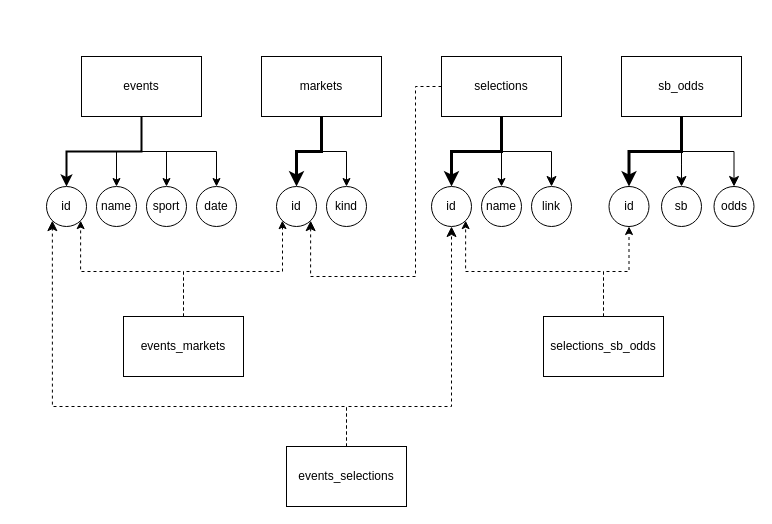
loemra/live_odds_scraper keeps this draw.io diagram as db2/Untitled Diagram.drawio. Above is the earlier version. Source tidied: cells renumbered, new cells numbered last; positions are measured from the earlier drawing's top-left corner, leaving out a move shared by most shapes. Both pictures are drawn from the tidied source at 100%, with x=0, y=0 at pixel (46, 56).
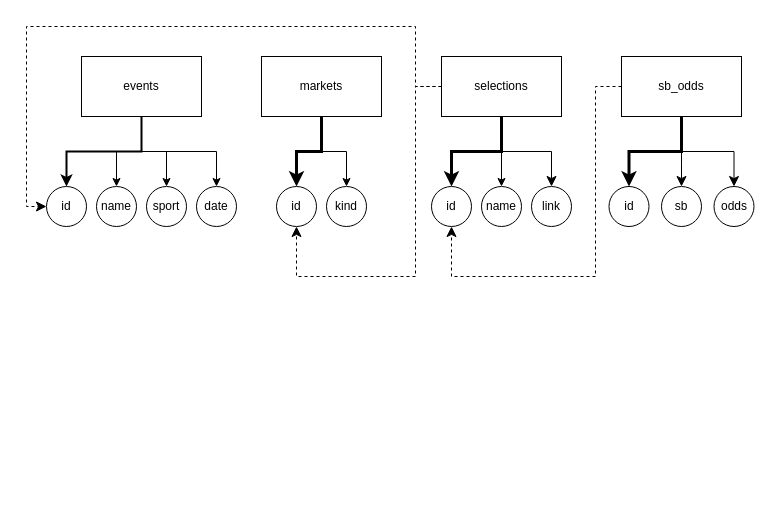
The same diagram, later.

The change refers to these unchanged cells:
```xml
<mxCell id="7" value="&lt;div&gt;id&lt;/div&gt;" style="ellipse;whiteSpace=wrap;html=1;rounded=0;" parent="1" vertex="1">
  <mxGeometry y="130" width="40" height="40" as="geometry" />
</mxCell>
<mxCell id="14" value="id" style="ellipse;whiteSpace=wrap;html=1;rounded=0;" parent="1" vertex="1">
  <mxGeometry x="230" y="130" width="40" height="40" as="geometry" />
</mxCell>
<mxCell id="20" value="&lt;div&gt;selections&lt;/div&gt;" style="rounded=0;whiteSpace=wrap;html=1;" parent="1" vertex="1">
  <mxGeometry x="395" width="120" height="60" as="geometry" />
</mxCell>
<mxCell id="21" value="id" style="ellipse;whiteSpace=wrap;html=1;rounded=0;" parent="1" vertex="1">
  <mxGeometry x="385" y="130" width="40" height="40" as="geometry" />
</mxCell>
<mxCell id="26" value="sb_odds" style="rounded=0;whiteSpace=wrap;html=1;" parent="1" vertex="1">
  <mxGeometry x="575" width="120" height="60" as="geometry" />
</mxCell>
<mxCell id="27" value="id" style="ellipse;whiteSpace=wrap;html=1;rounded=0;" parent="1" vertex="1">
  <mxGeometry x="562.5" y="130" width="40" height="40" as="geometry" />
</mxCell>
```

Change to the diagram source:
```diff
@@
-    <mxCell id="19" style="edgeStyle=orthogonalEdgeStyle;rounded=0;jettySize=auto;html=1;exitX=0;exitY=0.5;exitDx=0;exitDy=0;entryX=1;entryY=1;entryDx=0;entryDy=0;fontSize=12;startSize=8;endSize=8;dashed=1;strokeColor=default;" parent="1" edge="1" source="20" target="14">
+    <mxCell id="19" style="edgeStyle=orthogonalEdgeStyle;rounded=0;jettySize=auto;html=1;exitX=0;exitY=0.5;exitDx=0;exitDy=0;entryX=0.5;entryY=1;entryDx=0;entryDy=0;fontSize=12;startSize=8;endSize=8;dashed=1;strokeColor=default;" parent="1" edge="1" source="20" target="14">
       <mxGeometry relative="1" as="geometry">
         <Array as="points">
           <mxPoint x="369" y="30" />
           <mxPoint x="369" y="220" />
-          <mxPoint x="264" y="220" />
+          <mxPoint x="250" y="220" />
         </Array>
       </mxGeometry>
     </mxCell>
+    <mxCell id="40" style="edgeStyle=orthogonalEdgeStyle;rounded=0;jettySize=auto;html=1;exitX=0;exitY=0.5;exitDx=0;exitDy=0;entryX=0;entryY=0.5;entryDx=0;entryDy=0;fontSize=12;startSize=8;endSize=8;dashed=1;" parent="1" edge="1" source="20" target="7">
+      <mxGeometry relative="1" as="geometry">
+        <Array as="points">
+          <mxPoint x="369" y="30" />
+          <mxPoint x="369" y="-30" />
+          <mxPoint x="-20" y="-30" />
+          <mxPoint x="-20" y="150" />
+        </Array>
+      </mxGeometry>
+    </mxCell>
@@
+    <mxCell id="41" style="edgeStyle=orthogonalEdgeStyle;rounded=0;jettySize=auto;html=1;exitX=0;exitY=0.5;exitDx=0;exitDy=0;entryX=0.5;entryY=1;entryDx=0;entryDy=0;fontSize=12;startSize=8;endSize=8;dashed=1;" parent="1" edge="1" source="26" target="21">
+      <mxGeometry relative="1" as="geometry">
+        <Array as="points">
+          <mxPoint x="549" y="30" />
+          <mxPoint x="549" y="220" />
+          <mxPoint x="405" y="220" />
+        </Array>
+      </mxGeometry>
+    </mxCell>
@@
-    <mxCell id="29" style="edgeStyle=orthogonalEdgeStyle;rounded=0;jettySize=auto;html=1;exitX=0.5;exitY=0;exitDx=0;exitDy=0;entryX=1;entryY=1;entryDx=0;entryDy=0;dashed=1;" parent="1" edge="1" source="31" target="7">
-      <mxGeometry relative="1" as="geometry" />
-    </mxCell>
-    <mxCell id="30" style="edgeStyle=orthogonalEdgeStyle;rounded=0;jettySize=auto;html=1;exitX=0.5;exitY=0;exitDx=0;exitDy=0;entryX=0;entryY=1;entryDx=0;entryDy=0;dashed=1;" parent="1" edge="1" source="31" target="14">
-      <mxGeometry relative="1" as="geometry">
-        <Array as="points">
-          <mxPoint x="137" y="215" />
-          <mxPoint x="236" y="215" />
-          <mxPoint x="236" y="170" />
-        </Array>
-      </mxGeometry>
-    </mxCell>
-    <mxCell id="31" value="events_markets" style="rounded=0;whiteSpace=wrap;html=1;" parent="1" vertex="1">
-      <mxGeometry x="77" y="260" width="120" height="60" as="geometry" />
-    </mxCell>
-    <mxCell id="32" style="edgeStyle=orthogonalEdgeStyle;rounded=0;jettySize=auto;html=1;exitX=0.5;exitY=0;exitDx=0;exitDy=0;entryX=1;entryY=1;entryDx=0;entryDy=0;dashed=1;" parent="1" edge="1" source="34" target="21">
-      <mxGeometry relative="1" as="geometry" />
-    </mxCell>
-    <mxCell id="33" style="edgeStyle=orthogonalEdgeStyle;rounded=0;jettySize=auto;html=1;exitX=0.5;exitY=0;exitDx=0;exitDy=0;entryX=0.5;entryY=1;entryDx=0;entryDy=0;dashed=1;" parent="1" edge="1" source="34" target="27">
-      <mxGeometry relative="1" as="geometry" />
-    </mxCell>
-    <mxCell id="34" value="&lt;div&gt;selections_sb_odds&lt;/div&gt;" style="rounded=0;whiteSpace=wrap;html=1;" parent="1" vertex="1">
-      <mxGeometry x="497" y="260" width="120" height="60" as="geometry" />
-    </mxCell>
-    <mxCell id="35" style="edgeStyle=orthogonalEdgeStyle;rounded=0;jettySize=auto;html=1;exitX=0.5;exitY=0;exitDx=0;exitDy=0;entryX=0.5;entryY=1;entryDx=0;entryDy=0;fontSize=12;startSize=8;endSize=8;dashed=1;" parent="1" edge="1" source="37" target="21">
-      <mxGeometry relative="1" as="geometry">
-        <Array as="points">
-          <mxPoint x="300" y="350" />
-          <mxPoint x="405" y="350" />
-        </Array>
-      </mxGeometry>
-    </mxCell>
-    <mxCell id="36" style="edgeStyle=orthogonalEdgeStyle;rounded=0;jettySize=auto;html=1;exitX=0.5;exitY=0;exitDx=0;exitDy=0;entryX=0;entryY=1;entryDx=0;entryDy=0;fontSize=12;startSize=8;endSize=8;dashed=1;" parent="1" edge="1" source="37" target="7">
-      <mxGeometry relative="1" as="geometry">
-        <Array as="points">
-          <mxPoint x="300" y="350" />
-          <mxPoint x="6" y="350" />
-        </Array>
-      </mxGeometry>
-    </mxCell>
-    <mxCell id="37" value="events_selections" style="rounded=0;whiteSpace=wrap;html=1;" parent="1" vertex="1">
-      <mxGeometry x="240" y="390" width="120" height="60" as="geometry" />
-    </mxCell>
```
